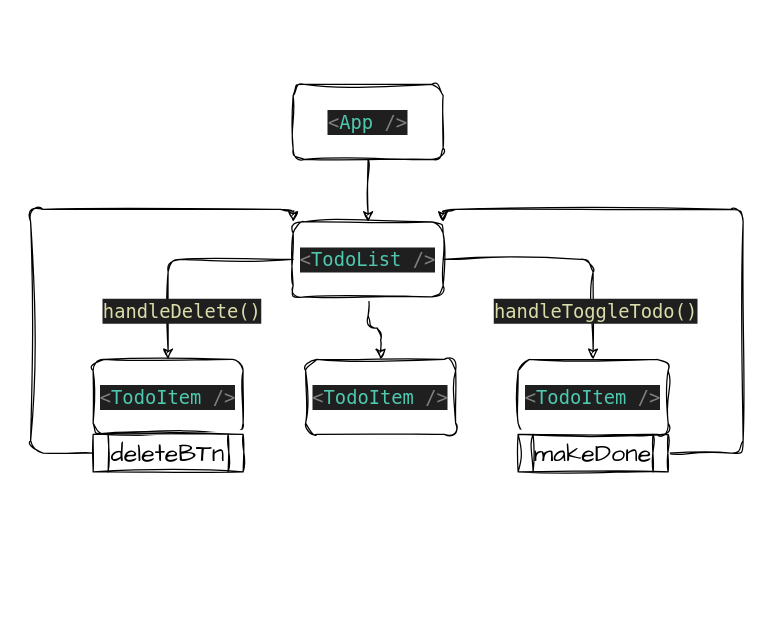
Above: Todo.drawio in MariusCodeAcademy/6_react_fetch_propsUp (draw.io), before the change. Source tidied: cells renumbered, new cells numbered last; positions are measured from the earlier drawing's top-left corner, leaving out a move shared by most shapes. Both pictures are drawn from the tidied source at 125%, with x=0, y=0 at pixel (30, 84).
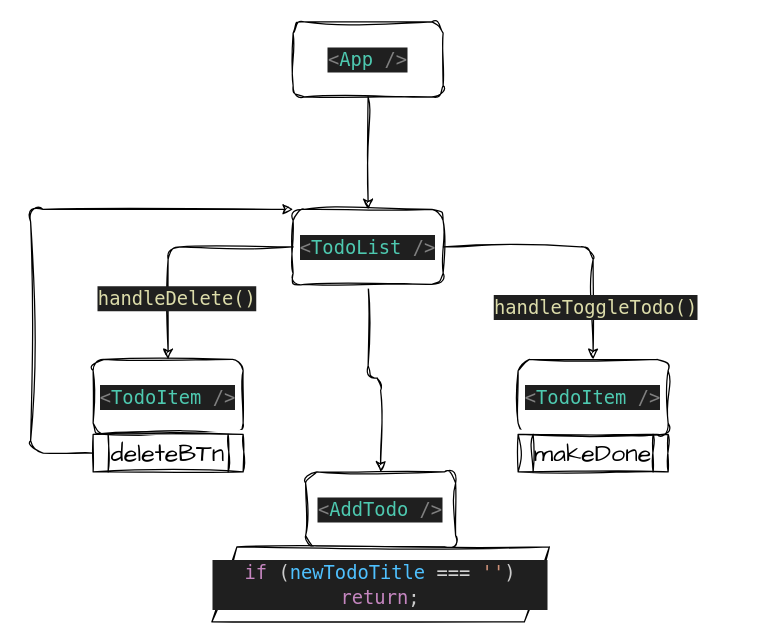
The same diagram, later.

The change refers to these unchanged cells:
```xml
<mxCell id="16" value="makeDone" style="shape=process;whiteSpace=wrap;html=1;backgroundOutline=1;sketch=1;hachureGap=4;jiggle=2;curveFitting=1;fontFamily=Architects Daughter;fontSize=20;" parent="1" vertex="1">
  <mxGeometry x="390" y="280" width="120" height="30" as="geometry" />
</mxCell>
```

What changed in the source:
```diff
@@
     <mxCell id="3" value="&lt;div style=&quot;color: rgb(204, 204, 204); background-color: rgb(31, 31, 31); font-family: &amp;quot;Cascadia code PL&amp;quot;, Menlo, Monaco, &amp;quot;Courier New&amp;quot;, monospace, Consolas, &amp;quot;Courier New&amp;quot;, monospace; font-size: 15px; line-height: 20px;&quot;&gt;&lt;span style=&quot;color: #808080;&quot;&gt;&amp;lt;&lt;/span&gt;&lt;span style=&quot;color: #4ec9b0;&quot;&gt;App&lt;/span&gt; &lt;span style=&quot;color: #808080;&quot;&gt;/&amp;gt;&lt;/span&gt;&lt;/div&gt;" style="rounded=1;whiteSpace=wrap;html=1;sketch=1;hachureGap=4;jiggle=2;curveFitting=1;fontFamily=Architects Daughter;fontSize=20;" parent="1" vertex="1">
-      <mxGeometry x="210" width="120" height="60" as="geometry" />
+      <mxGeometry x="210" y="-50" width="120" height="60" as="geometry" />
     </mxCell>
@@
     <mxCell id="9" value="&lt;div style=&quot;color: rgb(204, 204, 204); background-color: rgb(31, 31, 31); font-family: &amp;quot;Cascadia code PL&amp;quot;, Menlo, Monaco, &amp;quot;Courier New&amp;quot;, monospace, Consolas, &amp;quot;Courier New&amp;quot;, monospace; font-size: 15px; line-height: 20px;&quot;&gt;&lt;div style=&quot;line-height: 20px;&quot;&gt;&lt;span style=&quot;color: #808080;&quot;&gt;&amp;lt;&lt;/span&gt;&lt;span style=&quot;color: #4ec9b0;&quot;&gt;TodoList&lt;/span&gt; &lt;span style=&quot;color: #808080;&quot;&gt;/&amp;gt;&lt;/span&gt;&lt;/div&gt;&lt;/div&gt;" style="rounded=1;whiteSpace=wrap;html=1;sketch=1;hachureGap=4;jiggle=2;curveFitting=1;fontFamily=Architects Daughter;fontSize=20;" parent="1" vertex="1">
-      <mxGeometry x="210" y="110" width="120" height="60" as="geometry" />
+      <mxGeometry x="210" y="100" width="120" height="60" as="geometry" />
     </mxCell>
@@
-    <mxCell id="11" value="&lt;div style=&quot;color: rgb(204, 204, 204); background-color: rgb(31, 31, 31); font-family: &amp;quot;Cascadia code PL&amp;quot;, Menlo, Monaco, &amp;quot;Courier New&amp;quot;, monospace, Consolas, &amp;quot;Courier New&amp;quot;, monospace; font-size: 15px; line-height: 20px;&quot;&gt;&lt;div style=&quot;line-height: 20px;&quot;&gt;&lt;span style=&quot;color: #808080;&quot;&gt;&amp;lt;&lt;/span&gt;&lt;span style=&quot;color: #4ec9b0;&quot;&gt;TodoItem&amp;nbsp;&lt;/span&gt;&lt;span style=&quot;color: rgb(128, 128, 128);&quot;&gt;/&amp;gt;&lt;/span&gt;&lt;/div&gt;&lt;/div&gt;" style="rounded=1;whiteSpace=wrap;html=1;sketch=1;hachureGap=4;jiggle=2;curveFitting=1;fontFamily=Architects Daughter;fontSize=20;" parent="1" vertex="1">
-      <mxGeometry x="220" y="220" width="120" height="60" as="geometry" />
+    <mxCell id="11" value="&lt;div style=&quot;color: rgb(204, 204, 204); background-color: rgb(31, 31, 31); font-family: &amp;quot;Cascadia code PL&amp;quot;, Menlo, Monaco, &amp;quot;Courier New&amp;quot;, monospace, Consolas, &amp;quot;Courier New&amp;quot;, monospace; font-size: 15px; line-height: 20px;&quot;&gt;&lt;div style=&quot;line-height: 20px;&quot;&gt;&lt;span style=&quot;color: #808080;&quot;&gt;&amp;lt;&lt;/span&gt;&lt;span style=&quot;color: #4ec9b0;&quot;&gt;AddTodo&amp;nbsp;&lt;/span&gt;&lt;span style=&quot;color: rgb(128, 128, 128);&quot;&gt;/&amp;gt;&lt;/span&gt;&lt;/div&gt;&lt;/div&gt;" style="rounded=1;whiteSpace=wrap;html=1;sketch=1;hachureGap=4;jiggle=2;curveFitting=1;fontFamily=Architects Daughter;fontSize=20;" parent="1" vertex="1">
+      <mxGeometry x="220" y="310" width="120" height="60" as="geometry" />
     </mxCell>
@@
-    <mxCell id="15" style="edgeStyle=orthogonalEdgeStyle;sketch=1;hachureGap=4;jiggle=2;curveFitting=1;html=1;entryX=1;entryY=0;entryDx=0;entryDy=0;fontFamily=Architects Daughter;fontSize=16;" parent="1" edge="1" source="16" target="9">
-      <mxGeometry relative="1" as="geometry">
-        <Array as="points">
-          <mxPoint x="570" y="295" />
-          <mxPoint x="570" y="100" />
-          <mxPoint x="330" y="100" />
-        </Array>
-      </mxGeometry>
-    </mxCell>
@@
+    <mxCell id="17" value="&lt;div style=&quot;color: rgb(204, 204, 204); background-color: rgb(31, 31, 31); font-family: &amp;quot;Cascadia code PL&amp;quot;, Menlo, Monaco, &amp;quot;Courier New&amp;quot;, monospace, Consolas, &amp;quot;Courier New&amp;quot;, monospace; font-size: 15px; line-height: 20px;&quot;&gt;&lt;span style=&quot;color: #c586c0;&quot;&gt;if&lt;/span&gt; (&lt;span style=&quot;color: #4fc1ff;&quot;&gt;newTodoTitle&lt;/span&gt; &lt;span style=&quot;color: #d4d4d4;&quot;&gt;===&lt;/span&gt; &lt;span style=&quot;color: #ce9178;&quot;&gt;''&lt;/span&gt;) &lt;span style=&quot;color: #c586c0;&quot;&gt;return&lt;/span&gt;;&lt;/div&gt;" style="shape=parallelogram;perimeter=parallelogramPerimeter;whiteSpace=wrap;html=1;fixedSize=1;sketch=1;hachureGap=4;jiggle=2;curveFitting=1;fontFamily=Architects Daughter;fontSize=20;" parent="1" vertex="1">
+      <mxGeometry x="145" y="370" width="270" height="60" as="geometry" />
+    </mxCell>
```
